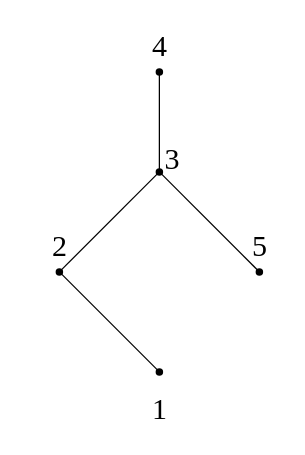
Zebray03/discrete-mathematics-structure keeps this draw.io diagram as page "1-14" (3 of 8) of exercise/chapter6/chapter6.drawio. Above is the earlier version. Source tidied: cells renumbered, new cells numbered last; positions are measured from the earlier drawing's top-left corner, leaving out a move shared by most shapes. Both pictures are drawn from the tidied source at 125%, with x=0, y=0 at pixel (34, 21).
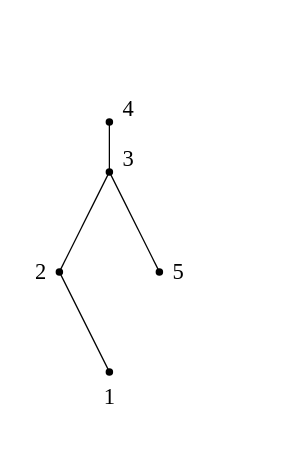
Above is the later version.

Diff of the diagram source:
```diff
@@
 <mxGraphModel>
   <root>
     <mxCell id="0" />
     <mxCell id="1" parent="0" />
-    <mxCell id="2" style="shape=waypoint;sketch=0;size=6;points=[];fillColor=none;perimeter=centerPerimeter;snapToPoint=1;" parent="1" vertex="1">
-      <mxGeometry x="90" y="270" width="20" height="20" as="geometry" />
-    </mxCell>
     <mxCell id="3" style="shape=waypoint;sketch=0;size=6;points=[];fillColor=none;perimeter=centerPerimeter;snapToPoint=1;" parent="1" vertex="1">
       <mxGeometry x="10" y="190" width="20" height="20" as="geometry" />
     </mxCell>
     <mxCell id="4" style="shape=waypoint;sketch=0;size=6;points=[];fillColor=none;perimeter=centerPerimeter;snapToPoint=1;" parent="1" vertex="1">
-      <mxGeometry x="90" y="110" width="20" height="20" as="geometry" />
+      <mxGeometry x="50" y="110" width="20" height="20" as="geometry" />
     </mxCell>
     <mxCell id="5" style="shape=waypoint;sketch=0;size=6;points=[];fillColor=none;perimeter=centerPerimeter;snapToPoint=1;" parent="1" vertex="1">
-      <mxGeometry x="170" y="190" width="20" height="20" as="geometry" />
+      <mxGeometry x="90" y="190" width="20" height="20" as="geometry" />
     </mxCell>
     <mxCell id="6" style="shape=waypoint;sketch=0;size=6;points=[];fillColor=none;perimeter=centerPerimeter;snapToPoint=1;" parent="1" vertex="1">
-      <mxGeometry x="90" y="30" width="20" height="20" as="geometry" />
+      <mxGeometry x="50" y="70" width="20" height="20" as="geometry" />
     </mxCell>
-    <mxCell id="7" style="endArrow=none;html=1;rounded=0;" parent="1" edge="1" target="6">
-      <mxGeometry relative="1" as="geometry">
-        <mxPoint x="100" y="120" as="sourcePoint" />
-      </mxGeometry>
-    </mxCell>
-    <mxCell id="8" value="&lt;font face=&quot;Times New Roman&quot; style=&quot;font-size: 24px;&quot;&gt;4&lt;/font&gt;" style="text;html=1;align=center;verticalAlign=middle;strokeColor=none;fillColor=none;" parent="1" vertex="1">
-      <mxGeometry x="80" width="40" height="40" as="geometry" />
+    <mxCell id="8" value="&lt;font face=&quot;Times New Roman&quot; style=&quot;font-size: 18px;&quot;&gt;4&lt;/font&gt;" style="text;html=1;align=center;verticalAlign=middle;strokeColor=none;fillColor=none;" parent="1" vertex="1">
+      <mxGeometry x="60" y="50" width="30" height="40" as="geometry" />
     </mxCell>
-    <mxCell id="9" style="endArrow=none;html=1;rounded=0;" parent="1" edge="1" source="3" target="4">
-      <mxGeometry relative="1" as="geometry" />
-    </mxCell>
-    <mxCell id="10" style="endArrow=none;html=1;rounded=0;" parent="1" edge="1" source="5">
-      <mxGeometry relative="1" as="geometry">
-        <mxPoint x="100" y="120" as="targetPoint" />
-      </mxGeometry>
-    </mxCell>
-    <mxCell id="11" value="&lt;font face=&quot;Times New Roman&quot; style=&quot;font-size: 24px;&quot;&gt;3&lt;/font&gt;" style="text;html=1;align=center;verticalAlign=middle;strokeColor=none;fillColor=none;" parent="1" vertex="1">
-      <mxGeometry x="90" y="90" width="40" height="40" as="geometry" />
+    <mxCell id="11" value="&lt;font face=&quot;Times New Roman&quot; style=&quot;font-size: 18px;&quot;&gt;3&lt;/font&gt;" style="text;html=1;align=center;verticalAlign=middle;strokeColor=none;fillColor=none;" parent="1" vertex="1">
+      <mxGeometry x="60" y="90" width="30" height="40" as="geometry" />
     </mxCell>
-    <mxCell id="12" value="&lt;font face=&quot;Times New Roman&quot; style=&quot;font-size: 24px;&quot;&gt;2&lt;/font&gt;" style="text;html=1;align=center;verticalAlign=middle;strokeColor=none;fillColor=none;" parent="1" vertex="1">
-      <mxGeometry y="160" width="40" height="40" as="geometry" />
+    <mxCell id="12" value="&lt;font face=&quot;Times New Roman&quot; style=&quot;font-size: 18px;&quot;&gt;2&lt;/font&gt;" style="text;html=1;align=center;verticalAlign=middle;strokeColor=none;fillColor=none;" parent="1" vertex="1">
+      <mxGeometry x="-10" y="180" width="30" height="40" as="geometry" />
     </mxCell>
-    <mxCell id="13" value="&lt;font face=&quot;Times New Roman&quot; style=&quot;font-size: 24px;&quot;&gt;5&lt;/font&gt;" style="text;html=1;align=center;verticalAlign=middle;strokeColor=none;fillColor=none;" parent="1" vertex="1">
-      <mxGeometry x="160" y="160" width="40" height="40" as="geometry" />
+    <mxCell id="13" value="&lt;font face=&quot;Times New Roman&quot; style=&quot;font-size: 18px;&quot;&gt;5&lt;/font&gt;" style="text;html=1;align=center;verticalAlign=middle;strokeColor=none;fillColor=none;" parent="1" vertex="1">
+      <mxGeometry x="100" y="180" width="30" height="40" as="geometry" />
     </mxCell>
-    <mxCell id="14" value="&lt;font face=&quot;Times New Roman&quot; style=&quot;font-size: 24px;&quot;&gt;1&lt;/font&gt;" style="text;html=1;align=center;verticalAlign=middle;strokeColor=none;fillColor=none;" parent="1" vertex="1">
-      <mxGeometry x="80" y="290" width="40" height="40" as="geometry" />
+    <mxCell id="14" value="&lt;font face=&quot;Times New Roman&quot; style=&quot;font-size: 18px;&quot;&gt;1&lt;/font&gt;" style="text;html=1;align=center;verticalAlign=middle;strokeColor=none;fillColor=none;" parent="1" vertex="1">
+      <mxGeometry x="45" y="280" width="30" height="40" as="geometry" />
     </mxCell>
+    <mxCell id="2" style="shape=waypoint;sketch=0;size=6;points=[];fillColor=none;perimeter=centerPerimeter;snapToPoint=1;" parent="1" vertex="1">
+      <mxGeometry x="50" y="270" width="20" height="20" as="geometry" />
+    </mxCell>
     <mxCell id="15" style="endArrow=none;html=1;rounded=0;" parent="1" edge="1" source="2" target="3">
       <mxGeometry relative="1" as="geometry" />
     </mxCell>
+    <mxCell id="16" style="endArrow=none;html=1;rounded=0;" parent="1" edge="1">
+      <mxGeometry relative="1" as="geometry">
+        <mxPoint x="100" y="200" as="sourcePoint" />
+        <mxPoint x="60" y="120" as="targetPoint" />
+      </mxGeometry>
+    </mxCell>
+    <mxCell id="17" style="endArrow=none;html=1;rounded=0;" parent="1" edge="1" source="3">
+      <mxGeometry relative="1" as="geometry">
+        <mxPoint x="60" y="120" as="targetPoint" />
+      </mxGeometry>
+    </mxCell>
+    <mxCell id="18" style="endArrow=none;html=1;rounded=0;" parent="1" edge="1" source="4" target="6">
+      <mxGeometry relative="1" as="geometry" />
+    </mxCell>
   </root>
 </mxGraphModel>
```
